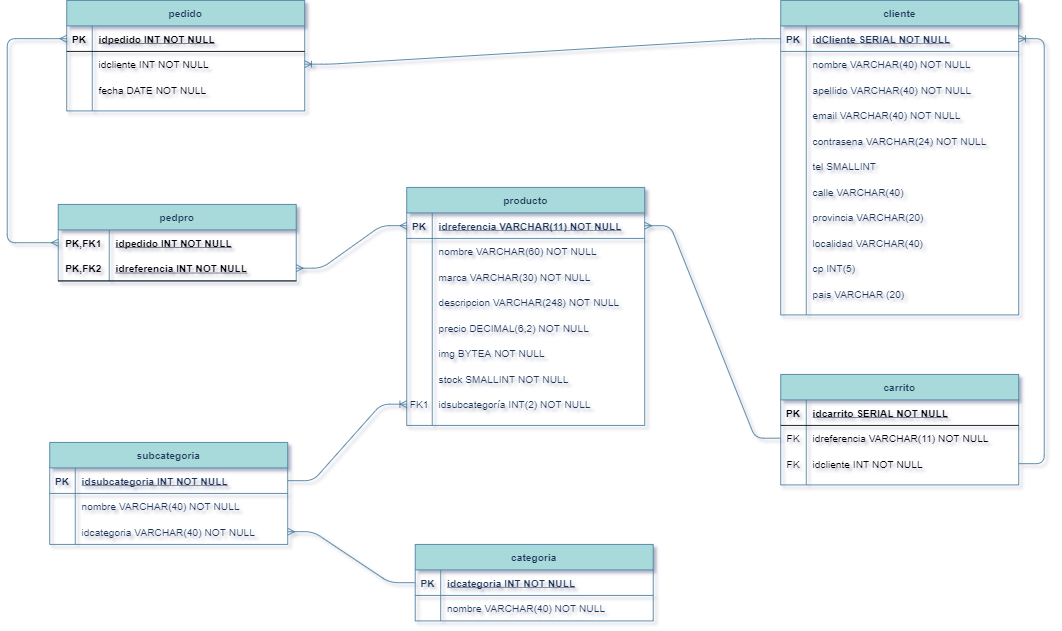
Above: Analisis/LuftGun-Modelo Relacional.png in garcanm8852/LuftGun (draw.io), before the change. Source tidied: cells renumbered, new cells last; positions are measured from the earlier drawing's top-left corner, leaving out a move shared by most shapes.
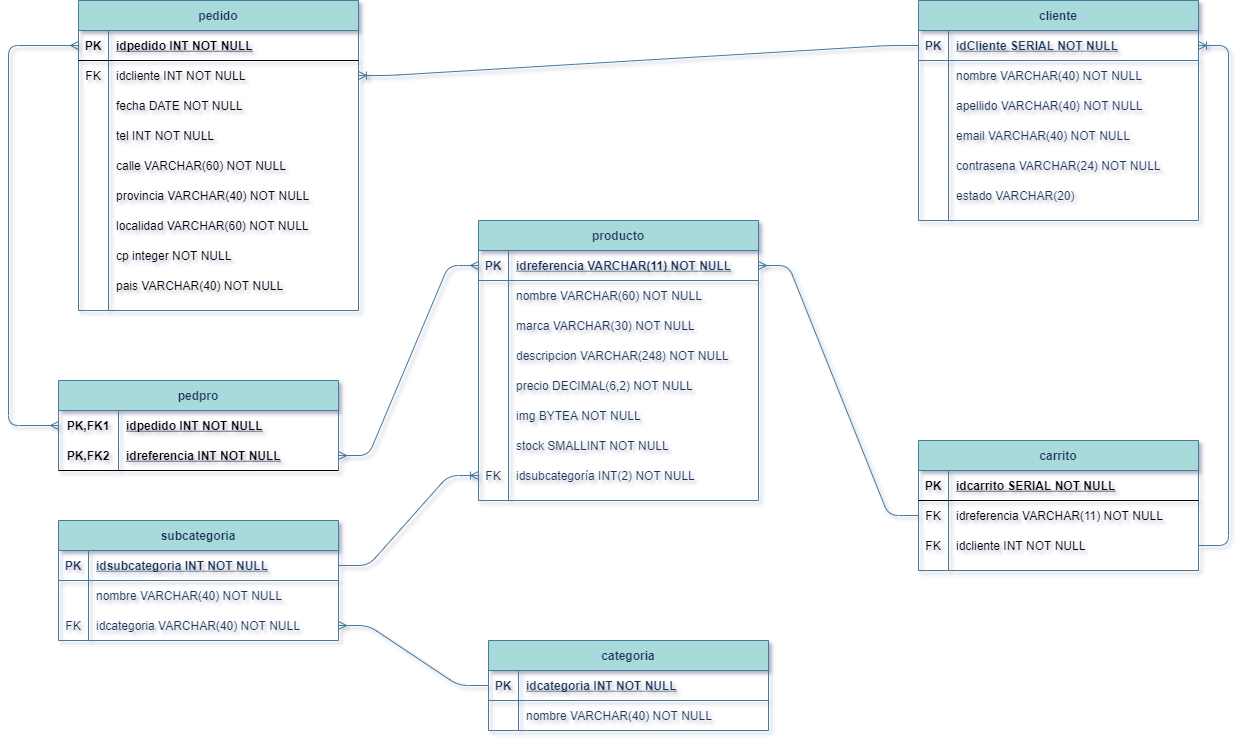
Above is the later version.

Change to the diagram source:
```diff
@@ -71,7 +71,7 @@
     <mxCell id="24" style="shape=partialRectangle;fillColor=none;top=0;left=0;bottom=0;right=0;points=[[0,0.5],[1,0.5]];portConstraint=eastwest;strokeColor=#457B9D;fontColor=#1D3557;" parent="2" vertex="1">
       <mxGeometry y="240" width="280" height="30" as="geometry" />
     </mxCell>
-    <mxCell id="25" value="FK1" style="shape=partialRectangle;fillColor=none;top=0;left=0;bottom=0;right=0;overflow=hidden;strokeColor=#457B9D;fontColor=#1D3557;" parent="24" vertex="1">
+    <mxCell id="25" value="FK" style="shape=partialRectangle;fillColor=none;top=0;left=0;bottom=0;right=0;overflow=hidden;strokeColor=#457B9D;fontColor=#1D3557;" parent="24" vertex="1">
       <mxGeometry width="30" height="30" as="geometry" />
     </mxCell>
     <mxCell id="26" value="idsubcategoría INT(2) NOT NULL" style="shape=partialRectangle;fillColor=none;top=0;left=0;bottom=0;right=0;align=left;spacingLeft=6;overflow=hidden;strokeColor=#457B9D;fontColor=#1D3557;" parent="24" vertex="1">
@@ -122,14 +122,14 @@
     <mxCell id="41" style="shape=partialRectangle;fillColor=none;top=0;left=0;bottom=0;right=0;points=[[0,0.5],[1,0.5]];portConstraint=eastwest;strokeColor=#457B9D;fontColor=#1D3557;" parent="34" vertex="1">
       <mxGeometry y="90" width="280" height="30" as="geometry" />
     </mxCell>
-    <mxCell id="42" style="shape=partialRectangle;fillColor=none;top=0;left=0;bottom=0;right=0;overflow=hidden;strokeColor=#457B9D;fontColor=#1D3557;" parent="41" vertex="1">
+    <mxCell id="42" value="FK" style="shape=partialRectangle;fillColor=none;top=0;left=0;bottom=0;right=0;overflow=hidden;strokeColor=#457B9D;fontColor=#1D3557;" parent="41" vertex="1">
       <mxGeometry width="30" height="30" as="geometry" />
     </mxCell>
     <mxCell id="43" value="idcategoria VARCHAR(40) NOT NULL" style="shape=partialRectangle;fillColor=none;top=0;left=0;bottom=0;right=0;align=left;spacingLeft=6;overflow=hidden;strokeColor=#457B9D;fontColor=#1D3557;" parent="41" vertex="1">
       <mxGeometry x="30" width="250" height="30" as="geometry" />
     </mxCell>
     <mxCell id="44" value="cliente" style="shape=table;startSize=30;rowLines=0;fontStyle=1;align=center;fillColor=#A8DADC;strokeColor=#457B9D;fontColor=#1D3557;" parent="1" vertex="1">
-      <mxGeometry x="910" width="280" height="370" as="geometry" />
+      <mxGeometry x="910" width="280" height="220" as="geometry" />
     </mxCell>
     <mxCell id="45" style="shape=partialRectangle;fillColor=none;top=0;left=0;bottom=1;right=0;points=[[0,0.5],[1,0.5]];portConstraint=eastwest;strokeColor=#457B9D;fontColor=#1D3557;" parent="44" vertex="1">
       <mxGeometry y="30" width="280" height="30" as="geometry" />
@@ -182,56 +182,11 @@
     <mxCell id="61" style="shape=partialRectangle;fillColor=none;top=0;left=0;bottom=0;right=0;overflow=hidden;strokeColor=#457B9D;fontColor=#1D3557;" parent="60" vertex="1">
       <mxGeometry width="30" height="30" as="geometry" />
     </mxCell>
-    <mxCell id="62" value="tel SMALLINT" style="shape=partialRectangle;fillColor=none;top=0;left=0;bottom=0;right=0;align=left;spacingLeft=6;overflow=hidden;strokeColor=#457B9D;fontColor=#1D3557;" parent="60" vertex="1">
+    <mxCell id="62" value="estado VARCHAR(20)" style="shape=partialRectangle;fillColor=none;top=0;left=0;bottom=0;right=0;align=left;spacingLeft=6;overflow=hidden;strokeColor=#457B9D;fontColor=#1D3557;" parent="60" vertex="1">
       <mxGeometry x="30" width="250" height="30" as="geometry" />
     </mxCell>
-    <mxCell id="63" style="shape=partialRectangle;fillColor=none;top=0;left=0;bottom=0;right=0;strokeColor=#457B9D;fontColor=#1D3557;" parent="44" vertex="1">
-      <mxGeometry y="210" width="280" height="30" as="geometry" />
-    </mxCell>
-    <mxCell id="64" style="shape=partialRectangle;fillColor=none;top=0;left=0;bottom=0;right=0;overflow=hidden;strokeColor=#457B9D;fontColor=#1D3557;" parent="63" vertex="1">
-      <mxGeometry width="30" height="30" as="geometry" />
-    </mxCell>
-    <mxCell id="65" value="calle VARCHAR(40)" style="shape=partialRectangle;fillColor=none;top=0;left=0;bottom=0;right=0;align=left;spacingLeft=6;overflow=hidden;strokeColor=#457B9D;fontColor=#1D3557;" parent="63" vertex="1">
-      <mxGeometry x="30" width="250" height="30" as="geometry" />
-    </mxCell>
-    <mxCell id="66" style="shape=partialRectangle;fillColor=none;top=0;left=0;bottom=0;right=0;strokeColor=#457B9D;fontColor=#1D3557;" parent="44" vertex="1">
-      <mxGeometry y="240" width="280" height="30" as="geometry" />
-    </mxCell>
-    <mxCell id="67" style="shape=partialRectangle;fillColor=none;top=0;left=0;bottom=0;right=0;overflow=hidden;strokeColor=#457B9D;fontColor=#1D3557;" parent="66" vertex="1">
-      <mxGeometry width="30" height="30" as="geometry" />
-    </mxCell>
-    <mxCell id="68" value="provincia VARCHAR(20)" style="shape=partialRectangle;fillColor=none;top=0;left=0;bottom=0;right=0;align=left;spacingLeft=6;overflow=hidden;strokeColor=#457B9D;fontColor=#1D3557;" parent="66" vertex="1">
-      <mxGeometry x="30" width="250" height="30" as="geometry" />
-    </mxCell>
-    <mxCell id="69" style="shape=partialRectangle;fillColor=none;top=0;left=0;bottom=0;right=0;strokeColor=#457B9D;fontColor=#1D3557;" parent="44" vertex="1">
-      <mxGeometry y="270" width="280" height="30" as="geometry" />
-    </mxCell>
-    <mxCell id="70" style="shape=partialRectangle;fillColor=none;top=0;left=0;bottom=0;right=0;overflow=hidden;strokeColor=#457B9D;fontColor=#1D3557;" parent="69" vertex="1">
-      <mxGeometry width="30" height="30" as="geometry" />
-    </mxCell>
-    <mxCell id="71" value="localidad VARCHAR(40)" style="shape=partialRectangle;fillColor=none;top=0;left=0;bottom=0;right=0;align=left;spacingLeft=6;overflow=hidden;strokeColor=#457B9D;fontColor=#1D3557;" parent="69" vertex="1">
-      <mxGeometry x="30" width="250" height="30" as="geometry" />
-    </mxCell>
-    <mxCell id="72" style="shape=partialRectangle;fillColor=none;top=0;left=0;bottom=0;right=0;strokeColor=#457B9D;fontColor=#1D3557;" parent="44" vertex="1">
-      <mxGeometry y="300" width="280" height="30" as="geometry" />
-    </mxCell>
-    <mxCell id="73" style="shape=partialRectangle;fillColor=none;top=0;left=0;bottom=0;right=0;overflow=hidden;strokeColor=#457B9D;fontColor=#1D3557;" parent="72" vertex="1">
-      <mxGeometry width="30" height="30" as="geometry" />
-    </mxCell>
-    <mxCell id="74" value="cp INT(5)" style="shape=partialRectangle;fillColor=none;top=0;left=0;bottom=0;right=0;align=left;spacingLeft=6;overflow=hidden;strokeColor=#457B9D;fontColor=#1D3557;" parent="72" vertex="1">
-      <mxGeometry x="30" width="250" height="30" as="geometry" />
-    </mxCell>
-    <mxCell id="75" style="shape=partialRectangle;fillColor=none;top=0;left=0;bottom=0;right=0;strokeColor=#457B9D;fontColor=#1D3557;" parent="44" vertex="1">
-      <mxGeometry y="330" width="280" height="30" as="geometry" />
-    </mxCell>
-    <mxCell id="76" style="shape=partialRectangle;fillColor=none;top=0;left=0;bottom=0;right=0;overflow=hidden;strokeColor=#457B9D;fontColor=#1D3557;" parent="75" vertex="1">
-      <mxGeometry width="30" height="30" as="geometry" />
-    </mxCell>
-    <mxCell id="77" value="pais VARCHAR (20)" style="shape=partialRectangle;fillColor=none;top=0;left=0;bottom=0;right=0;align=left;spacingLeft=6;overflow=hidden;strokeColor=#457B9D;fontColor=#1D3557;" parent="75" vertex="1">
-      <mxGeometry x="30" width="250" height="30" as="geometry" />
-    </mxCell>
     <mxCell id="78" value="pedido" style="shape=table;startSize=30;rowLines=0;fontStyle=1;align=center;strokeColor=#457B9D;fillColor=#A8DADC;fontColor=#1D3557;" parent="1" vertex="1">
-      <mxGeometry x="70" width="280" height="130" as="geometry" />
+      <mxGeometry x="70" width="280" height="310" as="geometry" />
     </mxCell>
     <mxCell id="79" style="shape=partialRectangle;fillColor=none;top=0;left=0;bottom=1;right=0;points=[[0,0.5],[1,0.5]];portConstraint=eastwest;" parent="78" vertex="1">
       <mxGeometry y="30" width="280" height="30" as="geometry" />
@@ -245,7 +200,7 @@
     <mxCell id="82" style="shape=partialRectangle;fillColor=none;top=0;left=0;bottom=0;right=0;points=[[0,0.5],[1,0.5]];portConstraint=eastwest;" parent="78" vertex="1">
       <mxGeometry y="60" width="280" height="30" as="geometry" />
     </mxCell>
-    <mxCell id="83" style="shape=partialRectangle;fillColor=none;top=0;left=0;bottom=0;right=0;overflow=hidden;" parent="82" vertex="1">
+    <mxCell id="83" value="FK" style="shape=partialRectangle;fillColor=none;top=0;left=0;bottom=0;right=0;overflow=hidden;" parent="82" vertex="1">
       <mxGeometry width="30" height="30" as="geometry" />
     </mxCell>
     <mxCell id="84" value="idcliente INT NOT NULL" style="shape=partialRectangle;fillColor=none;top=0;left=0;bottom=0;right=0;align=left;spacingLeft=6;overflow=hidden;" parent="82" vertex="1">
@@ -260,11 +215,65 @@
     <mxCell id="87" value="fecha DATE NOT NULL" style="shape=partialRectangle;fillColor=none;top=0;left=0;bottom=0;right=0;align=left;spacingLeft=6;overflow=hidden;" parent="85" vertex="1">
       <mxGeometry x="30" width="250" height="30" as="geometry" />
     </mxCell>
+    <mxCell id="112" style="shape=partialRectangle;fillColor=none;top=0;left=0;bottom=0;right=0;" parent="78" vertex="1">
+      <mxGeometry y="120" width="280" height="30" as="geometry" />
+    </mxCell>
+    <mxCell id="113" style="shape=partialRectangle;fillColor=none;top=0;left=0;bottom=0;right=0;overflow=hidden;" parent="112" vertex="1">
+      <mxGeometry width="30" height="30" as="geometry" />
+    </mxCell>
+    <mxCell id="114" value="tel INT NOT NULL" style="shape=partialRectangle;fillColor=none;top=0;left=0;bottom=0;right=0;align=left;spacingLeft=6;overflow=hidden;" parent="112" vertex="1">
+      <mxGeometry x="30" width="250" height="30" as="geometry" />
+    </mxCell>
+    <mxCell id="115" style="shape=partialRectangle;fillColor=none;top=0;left=0;bottom=0;right=0;" parent="78" vertex="1">
+      <mxGeometry y="150" width="280" height="30" as="geometry" />
+    </mxCell>
+    <mxCell id="116" style="shape=partialRectangle;fillColor=none;top=0;left=0;bottom=0;right=0;overflow=hidden;" parent="115" vertex="1">
+      <mxGeometry width="30" height="30" as="geometry" />
+    </mxCell>
+    <mxCell id="117" value="calle VARCHAR(60) NOT NULL" style="shape=partialRectangle;fillColor=none;top=0;left=0;bottom=0;right=0;align=left;spacingLeft=6;overflow=hidden;" parent="115" vertex="1">
+      <mxGeometry x="30" width="250" height="30" as="geometry" />
+    </mxCell>
+    <mxCell id="118" style="shape=partialRectangle;fillColor=none;top=0;left=0;bottom=0;right=0;" parent="78" vertex="1">
+      <mxGeometry y="180" width="280" height="30" as="geometry" />
+    </mxCell>
+    <mxCell id="119" style="shape=partialRectangle;fillColor=none;top=0;left=0;bottom=0;right=0;overflow=hidden;" parent="118" vertex="1">
+      <mxGeometry width="30" height="30" as="geometry" />
+    </mxCell>
+    <mxCell id="120" value="provincia VARCHAR(40) NOT NULL" style="shape=partialRectangle;fillColor=none;top=0;left=0;bottom=0;right=0;align=left;spacingLeft=6;overflow=hidden;" parent="118" vertex="1">
+      <mxGeometry x="30" width="250" height="30" as="geometry" />
+    </mxCell>
+    <mxCell id="121" style="shape=partialRectangle;fillColor=none;top=0;left=0;bottom=0;right=0;" parent="78" vertex="1">
+      <mxGeometry y="210" width="280" height="30" as="geometry" />
+    </mxCell>
+    <mxCell id="122" style="shape=partialRectangle;fillColor=none;top=0;left=0;bottom=0;right=0;overflow=hidden;" parent="121" vertex="1">
+      <mxGeometry width="30" height="30" as="geometry" />
+    </mxCell>
+    <mxCell id="123" value="localidad VARCHAR(60) NOT NULL" style="shape=partialRectangle;fillColor=none;top=0;left=0;bottom=0;right=0;align=left;spacingLeft=6;overflow=hidden;" parent="121" vertex="1">
+      <mxGeometry x="30" width="250" height="30" as="geometry" />
+    </mxCell>
+    <mxCell id="124" style="shape=partialRectangle;fillColor=none;top=0;left=0;bottom=0;right=0;" parent="78" vertex="1">
+      <mxGeometry y="240" width="280" height="30" as="geometry" />
+    </mxCell>
+    <mxCell id="125" style="shape=partialRectangle;fillColor=none;top=0;left=0;bottom=0;right=0;overflow=hidden;" parent="124" vertex="1">
+      <mxGeometry width="30" height="30" as="geometry" />
+    </mxCell>
+    <mxCell id="126" value="cp integer NOT NULL" style="shape=partialRectangle;fillColor=none;top=0;left=0;bottom=0;right=0;align=left;spacingLeft=6;overflow=hidden;" parent="124" vertex="1">
+      <mxGeometry x="30" width="250" height="30" as="geometry" />
+    </mxCell>
+    <mxCell id="127" style="shape=partialRectangle;fillColor=none;top=0;left=0;bottom=0;right=0;" parent="78" vertex="1">
+      <mxGeometry y="270" width="280" height="30" as="geometry" />
+    </mxCell>
+    <mxCell id="128" style="shape=partialRectangle;fillColor=none;top=0;left=0;bottom=0;right=0;overflow=hidden;" parent="127" vertex="1">
+      <mxGeometry width="30" height="30" as="geometry" />
+    </mxCell>
+    <mxCell id="129" value="pais VARCHAR(40) NOT NULL" style="shape=partialRectangle;fillColor=none;top=0;left=0;bottom=0;right=0;align=left;spacingLeft=6;overflow=hidden;" parent="127" vertex="1">
+      <mxGeometry x="30" width="250" height="30" as="geometry" />
+    </mxCell>
     <mxCell id="88" style="edgeStyle=entityRelationEdgeStyle;fontSize=12;html=1;endArrow=ERoneToMany;strokeColor=#457B9D;fillColor=#A8DADC;entryX=1;entryY=0.5;entryDx=0;entryDy=0;exitX=0;exitY=0.5;exitDx=0;exitDy=0;" parent="1" edge="1" source="45" target="82">
       <mxGeometry relative="1" as="geometry" />
     </mxCell>
     <mxCell id="89" value="pedpro" style="shape=table;startSize=30;rowLines=0;fontStyle=1;align=center;strokeColor=#457B9D;fillColor=#A8DADC;fontColor=#1D3557;" parent="1" vertex="1">
-      <mxGeometry x="60" y="240" width="280" height="90" as="geometry" />
+      <mxGeometry x="50" y="380" width="280" height="90" as="geometry" />
     </mxCell>
     <mxCell id="90" style="shape=partialRectangle;fillColor=none;top=0;left=0;bottom=0;right=0;points=[[0,0.5],[1,0.5]];portConstraint=eastwest;" parent="89" vertex="1">
       <mxGeometry y="30" width="280" height="30" as="geometry" />
@@ -290,7 +299,7 @@
     <mxCell id="97" style="edgeStyle=orthogonalEdgeStyle;fontSize=12;html=1;endArrow=ERmany;startArrow=ERmany;strokeColor=#457B9D;fillColor=#A8DADC;entryX=0;entryY=0.5;entryDx=0;entryDy=0;exitX=0;exitY=0.5;exitDx=0;exitDy=0;" parent="1" edge="1" source="90" target="79">
       <mxGeometry relative="1" as="geometry">
         <Array as="points">
-          <mxPoint y="285" />
+          <mxPoint y="425" />
           <mxPoint y="45" />
         </Array>
       </mxGeometry>
```
